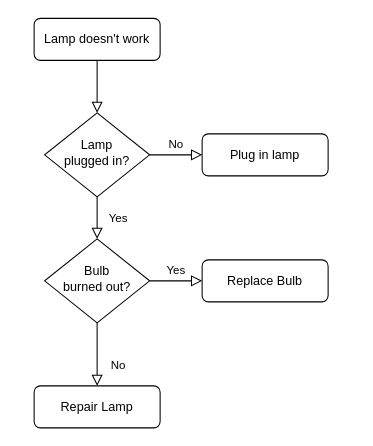
This is 제목 없는 다이어그램.drawio from joyspark/test, a draw.io file, before an edit. Source tidied: cells renumbered, new cells numbered last; positions are measured from the earlier drawing's top-left corner, leaving out a move shared by most shapes. Both pictures are drawn from the tidied source at 105%, with x=0, y=0 at pixel (34, 18).
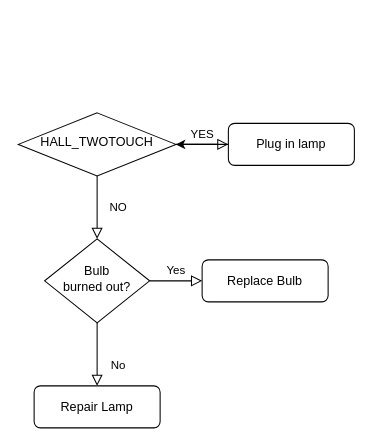
Above is the later version.

Commit message (it also covers changes not shown here):
제목 없는 다이어그램.drawio 업데이트

The edit, as a diff of the source:
```diff
@@
 <mxGraphModel>
   <root>
     <mxCell id="0" />
     <mxCell id="1" parent="0" />
-    <mxCell id="2" style="rounded=0;html=1;jettySize=auto;fontSize=11;endArrow=block;endFill=0;endSize=8;strokeWidth=1;shadow=0;labelBackgroundColor=none;edgeStyle=orthogonalEdgeStyle;" parent="1" edge="1" source="3" target="6">
-      <mxGeometry relative="1" as="geometry" />
-    </mxCell>
-    <mxCell id="3" value="Lamp doesn't work" style="rounded=1;whiteSpace=wrap;html=1;fontSize=12;glass=0;strokeWidth=1;shadow=0;" parent="1" vertex="1">
-      <mxGeometry width="120" height="40" as="geometry" />
-    </mxCell>
-    <mxCell id="4" value="Yes" style="rounded=0;html=1;jettySize=auto;fontSize=11;endArrow=block;endFill=0;endSize=8;strokeWidth=1;shadow=0;labelBackgroundColor=none;edgeStyle=orthogonalEdgeStyle;" parent="1" edge="1" source="6" target="10">
+    <mxCell id="4" value="NO" style="rounded=0;html=1;jettySize=auto;fontSize=11;endArrow=block;endFill=0;endSize=8;strokeWidth=1;shadow=0;labelBackgroundColor=none;edgeStyle=orthogonalEdgeStyle;" parent="1" edge="1" source="6" target="10">
       <mxGeometry y="20" relative="1" as="geometry" />
     </mxCell>
-    <mxCell id="5" value="No" style="edgeStyle=orthogonalEdgeStyle;rounded=0;html=1;jettySize=auto;fontSize=11;endArrow=block;endFill=0;endSize=8;strokeWidth=1;shadow=0;labelBackgroundColor=none;" parent="1" edge="1" source="6" target="7">
+    <mxCell id="5" value="YES" style="edgeStyle=orthogonalEdgeStyle;rounded=0;html=1;jettySize=auto;fontSize=11;endArrow=block;endFill=0;endSize=8;strokeWidth=1;shadow=0;labelBackgroundColor=none;" parent="1" edge="1" source="6" target="7">
       <mxGeometry y="10" relative="1" as="geometry" />
     </mxCell>
-    <mxCell id="6" value="Lamp&lt;br&gt;plugged in?" style="rhombus;whiteSpace=wrap;html=1;shadow=0;fontFamily=Helvetica;fontSize=12;align=center;strokeWidth=1;spacing=6;spacingTop=-4;" parent="1" vertex="1">
-      <mxGeometry x="10" y="90" width="100" height="80" as="geometry" />
+    <mxCell id="6" value="HALL_TWOTOUCH" style="rhombus;whiteSpace=wrap;html=1;shadow=0;fontFamily=Helvetica;fontSize=12;align=center;strokeWidth=1;spacing=6;spacingTop=-4;" parent="1" vertex="1">
+      <mxGeometry x="-15" y="90" width="150" height="60" as="geometry" />
     </mxCell>
+    <mxCell id="13" style="edgeStyle=orthogonalEdgeStyle;rounded=0;jettySize=auto;html=1;" parent="1" edge="1" source="7" target="6">
+      <mxGeometry relative="1" as="geometry" />
+    </mxCell>
     <mxCell id="7" value="Plug in lamp" style="rounded=1;whiteSpace=wrap;html=1;fontSize=12;glass=0;strokeWidth=1;shadow=0;" parent="1" vertex="1">
-      <mxGeometry x="160" y="110" width="120" height="40" as="geometry" />
+      <mxGeometry x="185" y="100" width="120" height="40" as="geometry" />
     </mxCell>
     <mxCell id="8" value="No" style="rounded=0;html=1;jettySize=auto;fontSize=11;endArrow=block;endFill=0;endSize=8;strokeWidth=1;shadow=0;labelBackgroundColor=none;edgeStyle=orthogonalEdgeStyle;" parent="1" edge="1" source="10" target="11">
       <mxGeometry x="0.33" y="20" relative="1" as="geometry" />
     </mxCell>
     <mxCell id="9" value="Yes" style="edgeStyle=orthogonalEdgeStyle;rounded=0;html=1;jettySize=auto;fontSize=11;endArrow=block;endFill=0;endSize=8;strokeWidth=1;shadow=0;labelBackgroundColor=none;" parent="1" edge="1" source="10" target="12">
       <mxGeometry y="10" relative="1" as="geometry" />
     </mxCell>
     <mxCell id="10" value="Bulb&lt;br&gt;burned out?" style="rhombus;whiteSpace=wrap;html=1;shadow=0;fontFamily=Helvetica;fontSize=12;align=center;strokeWidth=1;spacing=6;spacingTop=-4;" parent="1" vertex="1">
       <mxGeometry x="10" y="210" width="100" height="80" as="geometry" />
     </mxCell>
     <mxCell id="11" value="Repair Lamp" style="rounded=1;whiteSpace=wrap;html=1;fontSize=12;glass=0;strokeWidth=1;shadow=0;" parent="1" vertex="1">
       <mxGeometry y="350" width="120" height="40" as="geometry" />
     </mxCell>
     <mxCell id="12" value="Replace Bulb" style="rounded=1;whiteSpace=wrap;html=1;fontSize=12;glass=0;strokeWidth=1;shadow=0;" parent="1" vertex="1">
       <mxGeometry x="160" y="230" width="120" height="40" as="geometry" />
     </mxCell>
   </root>
 </mxGraphModel>
```
